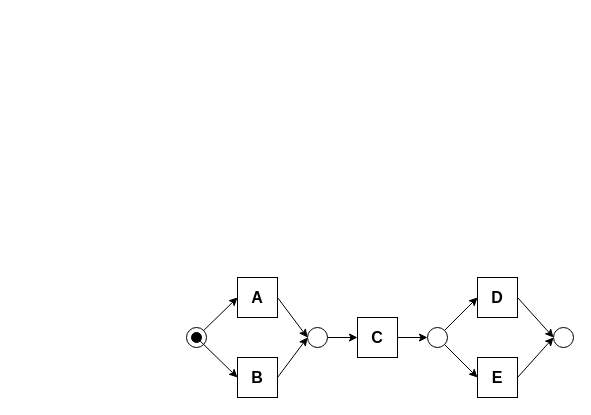
KFDing/masterthesis keeps this draw.io diagram as page "Page-1" (1 of 4) of official_report/pictures/simplepetrinet.drawio. Above is the earlier version. Source tidied: cells renumbered, new cells numbered last; positions are measured from the earlier drawing's top-left corner, leaving out a move shared by most shapes. Both pictures are drawn from the tidied source at 100%, with x=0, y=0 at pixel (17, 17).
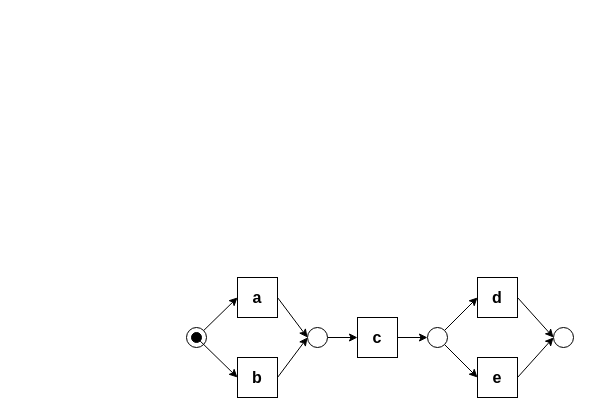
After the change.

What changed in the source:
```diff
@@
-    <mxCell id="8" value="&lt;b&gt;&lt;font style=&quot;font-size: 16px&quot;&gt;A&lt;/font&gt;&lt;/b&gt;" style="rounded=0;whiteSpace=wrap;html=1;fillColor=none;" parent="1" vertex="1">
+    <mxCell id="8" value="&lt;b&gt;&lt;font style=&quot;font-size: 16px&quot;&gt;a&lt;/font&gt;&lt;/b&gt;" style="rounded=0;whiteSpace=wrap;html=1;fillColor=none;" parent="1" vertex="1">
       <mxGeometry x="220" y="260" width="40" height="40" as="geometry" />
     </mxCell>
@@
-    <mxCell id="10" value="&lt;b&gt;&lt;font style=&quot;font-size: 16px&quot;&gt;B&lt;/font&gt;&lt;/b&gt;" style="rounded=0;whiteSpace=wrap;html=1;fillColor=none;" parent="1" vertex="1">
+    <mxCell id="10" value="&lt;b&gt;&lt;font style=&quot;font-size: 16px&quot;&gt;b&lt;/font&gt;&lt;/b&gt;" style="rounded=0;whiteSpace=wrap;html=1;fillColor=none;" parent="1" vertex="1">
       <mxGeometry x="220" y="340" width="40" height="40" as="geometry" />
     </mxCell>
@@
-    <mxCell id="12" value="&lt;b&gt;&lt;font style=&quot;font-size: 16px&quot;&gt;C&lt;/font&gt;&lt;/b&gt;" style="rounded=0;whiteSpace=wrap;html=1;fillColor=none;" parent="1" vertex="1">
+    <mxCell id="12" value="&lt;b&gt;&lt;font style=&quot;font-size: 16px&quot;&gt;c&lt;/font&gt;&lt;/b&gt;" style="rounded=0;whiteSpace=wrap;html=1;fillColor=none;" parent="1" vertex="1">
       <mxGeometry x="340" y="300" width="40" height="40" as="geometry" />
     </mxCell>
@@
-    <mxCell id="14" value="&lt;b&gt;&lt;font style=&quot;font-size: 16px&quot;&gt;D&lt;/font&gt;&lt;/b&gt;" style="rounded=0;whiteSpace=wrap;html=1;fillColor=none;" parent="1" vertex="1">
+    <mxCell id="14" value="&lt;b&gt;&lt;font style=&quot;font-size: 16px&quot;&gt;d&lt;/font&gt;&lt;/b&gt;" style="rounded=0;whiteSpace=wrap;html=1;fillColor=none;" parent="1" vertex="1">
       <mxGeometry x="460" y="260" width="40" height="40" as="geometry" />
     </mxCell>
@@
-    <mxCell id="16" value="&lt;b&gt;&lt;font style=&quot;font-size: 16px&quot;&gt;E&lt;/font&gt;&lt;/b&gt;" style="rounded=0;whiteSpace=wrap;html=1;fillColor=none;" parent="1" vertex="1">
+    <mxCell id="16" value="&lt;b&gt;&lt;font style=&quot;font-size: 16px&quot;&gt;e&lt;/font&gt;&lt;/b&gt;" style="rounded=0;whiteSpace=wrap;html=1;fillColor=none;" parent="1" vertex="1">
       <mxGeometry x="460" y="340" width="40" height="40" as="geometry" />
     </mxCell>
```
